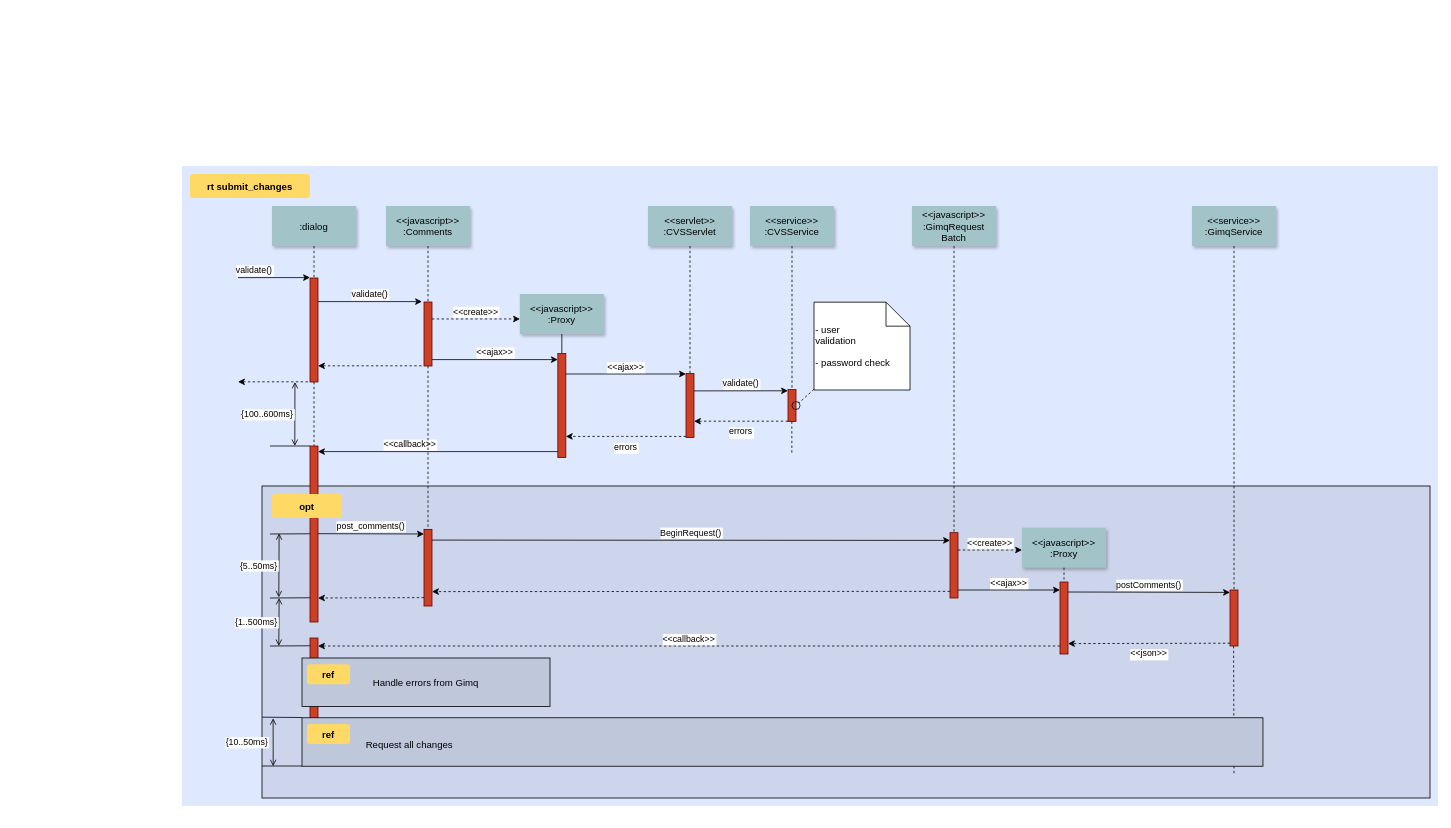
lppgo/001UML keeps this draw.io diagram as page "Page-1" (1 of 2) of 未命名绘图.drawio. Above is the earlier version. Source tidied: cells renumbered, new cells numbered last; positions are measured from the earlier drawing's top-left corner, leaving out a move shared by most shapes. Both pictures are drawn from the tidied source at 80%, with x=0, y=0 at pixel (182, 166).
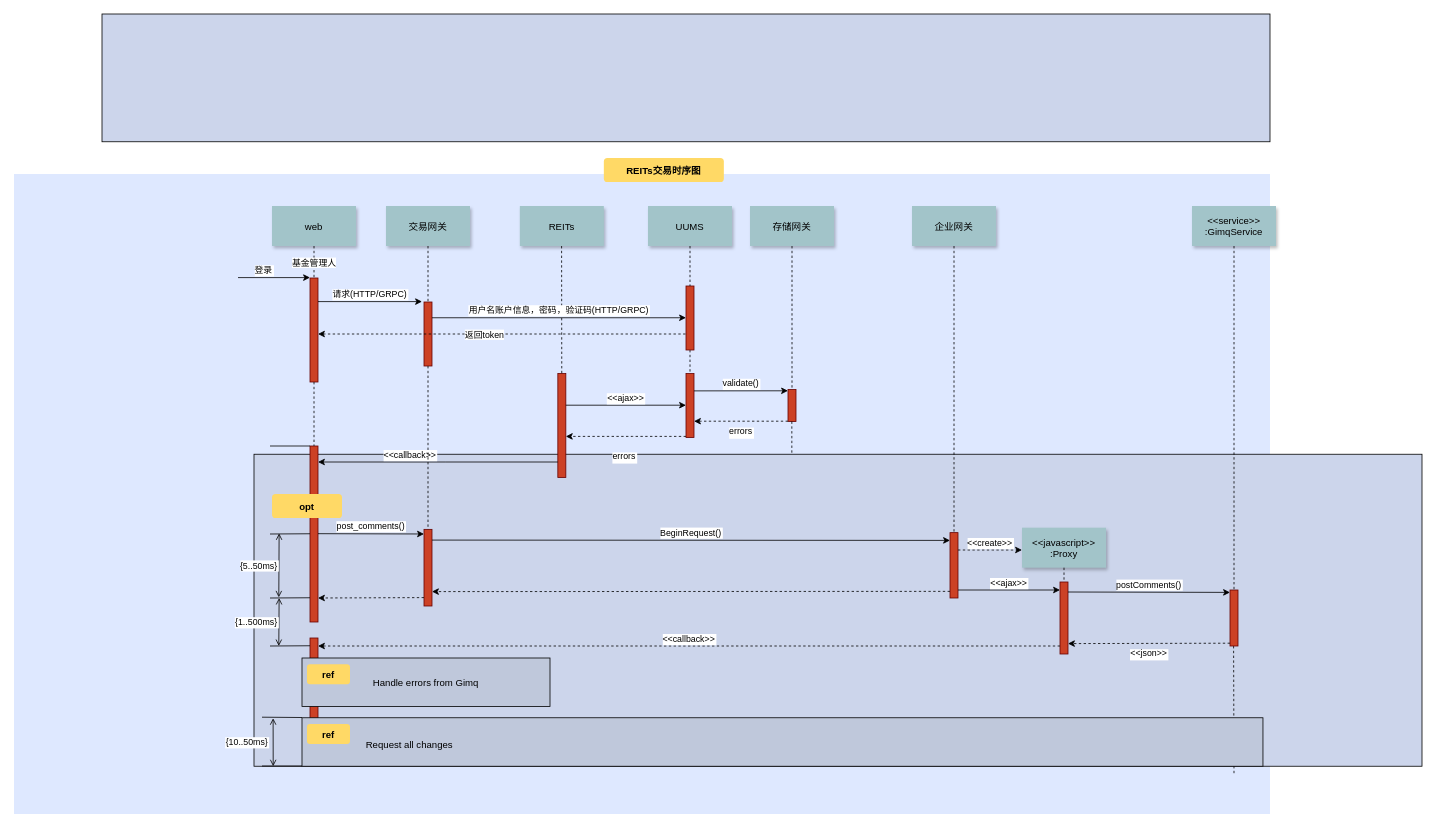
The same diagram, later.

Commit message:
更新未命名绘图.drawio

Unchanged cells that the change refers to:
```xml
<mxCell id="8" style="fillColor=#CC4125;strokeColor=#660000;" parent="1" vertex="1">
  <mxGeometry x="302.5" y="170" width="10" height="80" as="geometry" />
</mxCell>
<mxCell id="19" style="fillColor=#CC4125;strokeColor=#660000;" parent="1" vertex="1">
  <mxGeometry x="630" y="259.4" width="10" height="80" as="geometry" />
</mxCell>
<mxCell id="28" style="edgeStyle=elbowEdgeStyle;elbow=horizontal;endArrow=none;dashed=1;" parent="1" edge="1" source="7" target="5">
  <mxGeometry x="230" y="310" as="geometry" />
</mxCell>
```

What changed in the source:
```diff
@@
     <mxCell id="2" style="fillColor=#DEE8FF;strokeColor=none;" parent="1" vertex="1">
-      <mxGeometry width="1570" height="800" as="geometry" />
+      <mxGeometry x="-210" y="10" width="1570" height="800" as="geometry" />
     </mxCell>
     <mxCell id="3" style="fillColor=#CCD5EB;" parent="1" vertex="1">
-      <mxGeometry x="100" y="400" width="1460" height="390" as="geometry" />
+      <mxGeometry x="90" y="360.3" width="1460" height="390" as="geometry" />
     </mxCell>
@@
-    <mxCell id="6" value="validate()" style="edgeStyle=none;verticalLabelPosition=top;verticalAlign=bottom;labelPosition=left;align=right;" parent="1" edge="1">
+    <mxCell id="6" value="登录" style="edgeStyle=none;verticalLabelPosition=top;verticalAlign=bottom;labelPosition=left;align=right;" parent="1" edge="1">
       <mxGeometry x="110" y="49.5" as="geometry">
         <mxPoint x="70" y="139.5" as="sourcePoint" />
         <mxPoint x="160" y="139.5" as="targetPoint" />
       </mxGeometry>
     </mxCell>
-    <mxCell id="7" value=":dialog" style="shadow=1;fillColor=#A2C4C9;strokeColor=none;" parent="1" vertex="1">
+    <mxCell id="7" value="web" style="shadow=1;fillColor=#A2C4C9;strokeColor=none;" parent="1" vertex="1">
       <mxGeometry x="112.5" y="50" width="105" height="50" as="geometry" />
     </mxCell>
@@
-    <mxCell id="9" value="&lt;&lt;javascript&gt;&gt;&#10;:Comments" style="shadow=1;fillColor=#A2C4C9;strokeColor=none;" parent="1" vertex="1">
+    <mxCell id="9" value="交易网关" style="shadow=1;fillColor=#A2C4C9;strokeColor=none;" parent="1" vertex="1">
       <mxGeometry x="255" y="50" width="105" height="50" as="geometry" />
     </mxCell>
@@
-    <mxCell id="11" value="validate()" style="edgeStyle=none;verticalLabelPosition=top;verticalAlign=bottom;" parent="1" edge="1">
+    <mxCell id="11" value="请求(HTTP/GRPC)" style="edgeStyle=none;verticalLabelPosition=top;verticalAlign=bottom;" parent="1" edge="1">
       <mxGeometry x="220" y="92" as="geometry">
         <mxPoint x="170" y="169.5" as="sourcePoint" />
         <mxPoint x="300" y="169.5" as="targetPoint" />
       </mxGeometry>
     </mxCell>
-    <mxCell id="12" style="edgeStyle=none;verticalLabelPosition=top;verticalAlign=bottom;endArrow=none;startArrow=classic;dashed=1;" parent="1" edge="1">
-      <mxGeometry x="220" y="172.3" as="geometry">
-        <mxPoint x="170" y="249.8" as="sourcePoint" />
-        <mxPoint x="300" y="249.8" as="targetPoint" />
-      </mxGeometry>
-    </mxCell>
-    <mxCell id="13" style="edgeStyle=none;verticalLabelPosition=top;verticalAlign=bottom;labelPosition=left;align=right;endArrow=none;startArrow=classic;dashed=1;" parent="1" edge="1">
-      <mxGeometry x="110" y="179.8" as="geometry">
-        <mxPoint x="70" y="269.8" as="sourcePoint" />
-        <mxPoint x="160" y="269.8" as="targetPoint" />
-      </mxGeometry>
-    </mxCell>
-    <mxCell id="14" value="&lt;&lt;create&gt;&gt;" style="edgeStyle=none;verticalLabelPosition=top;verticalAlign=bottom;dashed=1;" parent="1" edge="1">
-      <mxGeometry x="385.5" y="113.9" as="geometry">
-        <mxPoint x="312.5" y="191.2" as="sourcePoint" />
-        <mxPoint x="422.5" y="191.2" as="targetPoint" />
-      </mxGeometry>
-    </mxCell>
-    <mxCell id="15" value="&lt;&lt;javascript&gt;&gt;&#10;:Proxy" style="shadow=1;fillColor=#A2C4C9;strokeColor=none;" parent="1" vertex="1">
-      <mxGeometry x="422.3" y="160" width="105" height="50" as="geometry" />
+    <mxCell id="15" value="REITs" style="shadow=1;fillColor=#A2C4C9;strokeColor=none;" parent="1" vertex="1">
+      <mxGeometry x="422.3" y="50" width="105" height="50" as="geometry" />
     </mxCell>
-    <mxCell id="16" style="edgeStyle=none;endArrow=none;" parent="1" edge="1" source="15" target="17">
-      <mxGeometry x="437" y="270" as="geometry" />
-    </mxCell>
     <mxCell id="17" style="fillColor=#CC4125;strokeColor=#660000;" parent="1" vertex="1">
-      <mxGeometry x="469.8" y="234.4" width="10" height="130" as="geometry" />
+      <mxGeometry x="469.8" y="259.4" width="10" height="130" as="geometry" />
     </mxCell>
-    <mxCell id="18" value="&lt;&lt;ajax&gt;&gt;" style="edgeStyle=elbowEdgeStyle;elbow=vertical;verticalLabelPosition=top;verticalAlign=bottom;" parent="1" edge="1" source="8" target="17">
-      <mxGeometry x="350" y="290" as="geometry" />
-    </mxCell>
@@
-    <mxCell id="20" value="&lt;&lt;servlet&gt;&gt;&#10;:CVSServlet" style="shadow=1;fillColor=#A2C4C9;strokeColor=none;" parent="1" vertex="1">
+    <mxCell id="20" value="UUMS" style="shadow=1;fillColor=#A2C4C9;strokeColor=none;" parent="1" vertex="1">
       <mxGeometry x="582.5" y="50" width="105" height="50" as="geometry" />
     </mxCell>
-    <mxCell id="21" style="edgeStyle=none;endArrow=none;dashed=1;" parent="1" edge="1" source="20" target="19">
+    <mxCell id="21" style="edgeStyle=none;endArrow=none;dashed=1;" parent="1" edge="1" source="77" target="19">
       <mxGeometry x="614.5" y="175" as="geometry" />
     </mxCell>
-    <mxCell id="22" value="&lt;&lt;service&gt;&gt;&#10;:CVSService" style="shadow=1;fillColor=#A2C4C9;strokeColor=none;" parent="1" vertex="1">
+    <mxCell id="22" value="存储网关" style="shadow=1;fillColor=#A2C4C9;strokeColor=none;" parent="1" vertex="1">
       <mxGeometry x="710" y="50" width="105" height="50" as="geometry" />
     </mxCell>
@@
     <mxCell id="25" value="&lt;&lt;ajax&gt;&gt;" style="edgeStyle=elbowEdgeStyle;elbow=vertical;verticalLabelPosition=top;verticalAlign=bottom;" parent="1" edge="1" source="17" target="19">
       <mxGeometry x="540" y="270" as="geometry">
         <Array as="points">
+          <mxPoint x="560" y="299" />
           <mxPoint x="550" y="260" />
         </Array>
       </mxGeometry>
     </mxCell>
     <mxCell id="26" value="errors" style="edgeStyle=elbowEdgeStyle;elbow=vertical;dashed=1;verticalLabelPosition=bottom;verticalAlign=top;" parent="1" edge="1" source="19" target="17">
-      <mxGeometry x="550" y="280" as="geometry">
+      <mxGeometry as="geometry">
         <Array as="points">
           <mxPoint x="553" y="338" />
         </Array>
+        <mxPoint x="-2" y="12" as="offset" />
       </mxGeometry>
     </mxCell>
-    <mxCell id="27" value="&lt;&lt;javascript&gt;&gt;&#10;:GimqRequest&#10;Batch" style="shadow=1;fillColor=#A2C4C9;strokeColor=none;" parent="1" vertex="1">
+    <mxCell id="27" value="企业网关" style="shadow=1;fillColor=#A2C4C9;strokeColor=none;" parent="1" vertex="1">
       <mxGeometry x="912.5" y="50" width="105" height="50" as="geometry" />
     </mxCell>
@@
+    <mxCell id="75" value="&lt;span style=&quot;text-align: right&quot;&gt;基金管理人&lt;/span&gt;" style="edgeLabel;html=1;align=center;verticalAlign=middle;" parent="28" vertex="1">
+      <mxGeometry relative="1" as="geometry">
+        <mxPoint x="-0.1" as="offset" />
+      </mxGeometry>
+    </mxCell>
@@
-    <mxCell id="32" style="ellipse;fillColor=none;" parent="1" vertex="1">
-      <mxGeometry x="762.5" y="294.4" width="10" height="10" as="geometry" />
-    </mxCell>
-    <mxCell id="33" value=" - user&#10; validation&#10;&#10; - password check" style="shape=note;align=left;" parent="1" vertex="1">
-      <mxGeometry x="790" y="170.2" width="120" height="109.8" as="geometry" />
-    </mxCell>
-    <mxCell id="34" style="edgeStyle=none;endArrow=none;dashed=1;" parent="1" edge="1" source="33" target="32">
-      <mxGeometry x="1030" y="180" as="geometry" />
-    </mxCell>
@@
-    <mxCell id="39" value="{100..600ms}" style="edgeStyle=elbowEdgeStyle;elbow=horizontal;startArrow=open;endArrow=open;labelPosition=left;align=right;" parent="1" edge="1">
-      <mxGeometry x="61.2" y="290" as="geometry">
-        <mxPoint x="141.2" y="270" as="sourcePoint" />
-        <mxPoint x="141.2" y="350" as="targetPoint" />
-      </mxGeometry>
-    </mxCell>
@@
-    <mxCell id="60" value="rt submit_changes" style="rounded=1;fontStyle=1;fillColor=#FFD966;strokeColor=none;" parent="1" vertex="1">
-      <mxGeometry x="10" y="10" width="150" height="30" as="geometry" />
+    <mxCell id="60" value="REITs交易时序图" style="rounded=1;fontStyle=1;fillColor=#FFD966;strokeColor=none;" parent="1" vertex="1">
+      <mxGeometry x="527.3" y="-10" width="150" height="30" as="geometry" />
     </mxCell>
@@
+    <mxCell id="76" style="edgeStyle=none;endArrow=none;dashed=1;" parent="1" edge="1" target="17">
+      <mxGeometry x="454" y="175" as="geometry">
+        <mxPoint x="474.5" y="100" as="sourcePoint" />
+      </mxGeometry>
+    </mxCell>
+    <mxCell id="77" style="fillColor=#CC4125;strokeColor=#660000;" parent="1" vertex="1">
+      <mxGeometry x="630" y="150" width="10" height="80" as="geometry" />
+    </mxCell>
+    <mxCell id="78" style="edgeStyle=none;endArrow=none;dashed=1;" parent="1" edge="1" source="20" target="77">
+      <mxGeometry x="614.5" y="175" as="geometry" />
+    </mxCell>
+    <mxCell id="79" value="用户名账户信息，密码，验证码(HTTP/GRPC)" style="edgeStyle=elbowEdgeStyle;elbow=vertical;verticalLabelPosition=top;verticalAlign=bottom;entryX=0;entryY=0.5;entryDx=0;entryDy=0;" parent="1" edge="1" target="77">
+      <mxGeometry x="372.7" y="199.7" as="geometry">
+        <mxPoint x="312.5" y="189.7" as="sourcePoint" />
+        <Array as="points">
+          <mxPoint x="382.7" y="189.7" />
+        </Array>
+      </mxGeometry>
+    </mxCell>
+    <mxCell id="80" style="edgeStyle=none;verticalLabelPosition=top;verticalAlign=bottom;endArrow=none;startArrow=classic;dashed=1;exitX=1;exitY=0.5;exitDx=0;exitDy=0;entryX=0;entryY=0.75;entryDx=0;entryDy=0;" parent="1" edge="1" target="77">
+      <mxGeometry x="407.5" y="132.2" as="geometry">
+        <mxPoint x="170" y="210" as="sourcePoint" />
+      </mxGeometry>
+    </mxCell>
+    <mxCell id="81" value="返回token" style="edgeLabel;html=1;align=center;verticalAlign=middle;" parent="80" vertex="1">
+      <mxGeometry relative="1" as="geometry">
+        <mxPoint x="-23" as="offset" />
+      </mxGeometry>
+    </mxCell>
+    <mxCell id="82" style="fillColor=#CCD5EB;" parent="1" vertex="1">
+      <mxGeometry x="-100" y="-190" width="1460" height="159.7" as="geometry" />
+    </mxCell>
```
